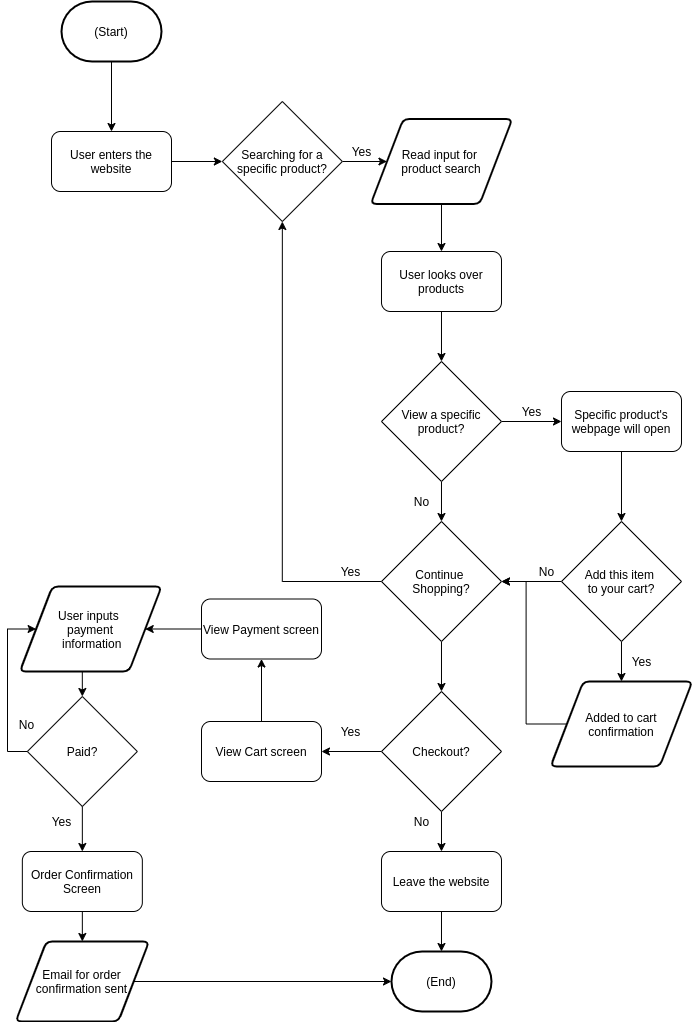
The draw.io diagram part2/part2.drawio.png in JesseTWolf/sp21-cse110-lab4, before a commit. Source tidied: cells renumbered, new cells last; positions are measured from the earlier drawing's top-left corner, leaving out a move shared by most shapes.
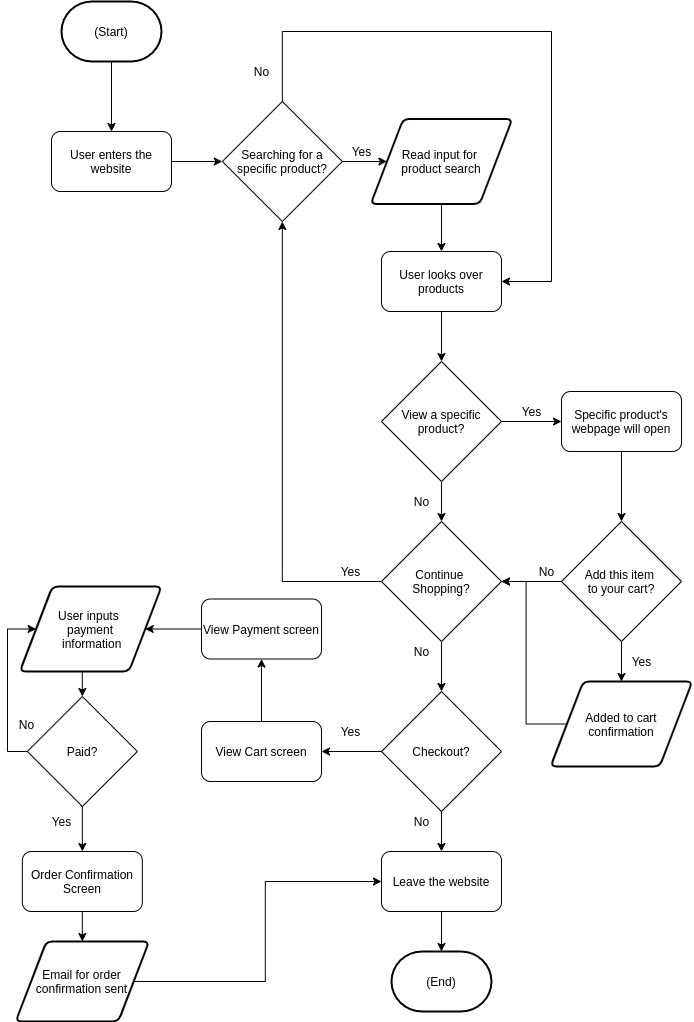
The same diagram one commit later.

Commit message:
Saved the part2 flow diagram

What changed in the source:
```diff
@@ -11,6 +11,15 @@
     <mxCell id="4" style="edgeStyle=orthogonalEdgeStyle;rounded=0;jettySize=auto;html=1;exitX=1;exitY=0.5;exitDx=0;exitDy=0;entryX=0;entryY=0.5;entryDx=0;entryDy=0;" parent="1" edge="1" source="5" target="7">
       <mxGeometry relative="1" as="geometry" />
     </mxCell>
+    <mxCell id="54" style="edgeStyle=orthogonalEdgeStyle;rounded=0;jettySize=auto;html=1;exitX=0.5;exitY=0;exitDx=0;exitDy=0;entryX=1;entryY=0.5;entryDx=0;entryDy=0;" parent="1" edge="1" source="5" target="11">
+      <mxGeometry relative="1" as="geometry">
+        <Array as="points">
+          <mxPoint x="275" y="30" />
+          <mxPoint x="544" y="30" />
+          <mxPoint x="544" y="280" />
+        </Array>
+      </mxGeometry>
+    </mxCell>
     <mxCell id="5" value="Searching for a specific product?" style="rhombus;whiteSpace=wrap;html=1;" parent="1" vertex="1">
       <mxGeometry x="214.8" y="100" width="120" height="120" as="geometry" />
     </mxCell>
@@ -157,11 +166,17 @@
     <mxCell id="51" value="Yes" style="text;html=1;align=center;verticalAlign=middle;" parent="1" vertex="1">
       <mxGeometry x="34" y="810" width="40" height="20" as="geometry" />
     </mxCell>
-    <mxCell id="52" style="edgeStyle=orthogonalEdgeStyle;rounded=0;jettySize=auto;html=1;exitX=1;exitY=0.5;exitDx=0;exitDy=0;entryX=0;entryY=0.5;entryDx=0;entryDy=0;entryPerimeter=0;" parent="1" edge="1" source="53" target="34">
-      <mxGeometry relative="1" as="geometry" />
-    </mxCell>
+    <mxCell id="55" style="edgeStyle=orthogonalEdgeStyle;rounded=0;jettySize=auto;html=1;exitX=1;exitY=0.5;exitDx=0;exitDy=0;entryX=0;entryY=0.5;entryDx=0;entryDy=0;" parent="1" edge="1" source="53" target="36">
+      <mxGeometry relative="1" as="geometry" />
+    </mxCell>
     <mxCell id="53" value="Email for order confirmation sent" style="shape=parallelogram;html=1;strokeWidth=2;perimeter=parallelogramPerimeter;whiteSpace=wrap;rounded=1;arcSize=12;size=0.23;" parent="1" vertex="1">
       <mxGeometry x="8.2" y="940" width="133.3" height="80" as="geometry" />
     </mxCell>
+    <mxCell id="56" value="No" style="text;html=1;align=center;verticalAlign=middle;" parent="1" vertex="1">
+      <mxGeometry x="239" y="60" width="30" height="20" as="geometry" />
+    </mxCell>
+    <mxCell id="57" value="No" style="text;html=1;align=center;verticalAlign=middle;" parent="1" vertex="1">
+      <mxGeometry x="399" y="640" width="30" height="20" as="geometry" />
+    </mxCell>
   </root>
 </mxGraphModel>
```
